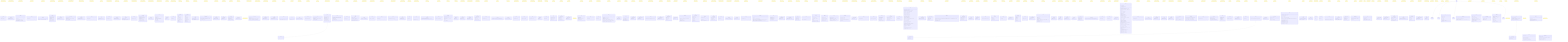
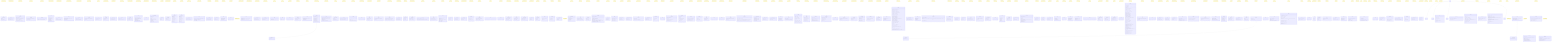
classDiagram
    class AppliedPresetTag {
        <<interface>>
        +name: string
        +orbitButton: ButtonToken
        +panButton: ButtonToken
    }
    note for AppliedPresetTag "src/render/cameraControls.ts"
    class ArchiveActions {
        <<interface>>
        +readonly canResume: boolean
        +readonly canReview: boolean
    }
    note for ArchiveActions "src/ui/widgets/archiveModel.ts"
    class ArchiveDeps {
        <<interface>>
        +readonly doc: Document
        +listArchive(): Promise~readonly ArchiveListing[]~
        +popScope(): void
        +pushScope(scope: ArchiveScope): void
        +registerOpenArchive(open: () =~ void): void
        +resumeArchived(id: string): Promise~void~
        +reviewArchived(id: string): Promise~void~
    }
    note for ArchiveDeps "src/ui/widgets/archive.ts"
    class ArchivedMeta {
        <<interface>>
        +readonly players: Readonly~Record~string, string~~
        +readonly result: string
        +readonly startedAt: number
    }
    note for ArchivedMeta "src/persist/archive.ts"
    class ArchiveInspect {
        <<interface>>
        +listArchive(): Promise~readonly ArchiveListing[]~
    }
    note for ArchiveInspect "src/debug/window.ts"
    class ArchiveItem {
        <<interface>>
        +readonly canResume: boolean
        +readonly canReview: boolean
        +readonly conflicted: boolean
        +readonly headHash: string
        +readonly id: string
        +readonly playersLabel: string
        +readonly result: string
        +readonly startedAt: number
    }
    note for ArchiveItem "src/ui/widgets/archiveModel.ts"
    class ArchiveListing {
        <<interface>>
        +readonly id: string
        +readonly meta: ArchiveListingMeta
    }
    note for ArchiveListing "src/ui/widgets/archiveModel.ts"
    class ArchiveListingMeta {
        <<interface>>
        +readonly headHash: string
        +readonly players: Readonly~Record~string, string~~
        +readonly result: string
        +readonly startedAt: number
    }
    note for ArchiveListingMeta "src/ui/widgets/archiveModel.ts"
    class ArchiveModel {
        <<interface>>
        +readonly isEmpty: boolean
        +readonly items: readonly ArchiveItem[]
    }
    note for ArchiveModel "src/ui/widgets/archiveModel.ts"
    class ArchiveScope {
        <<interface>>
        +readonly bindings: Readonly~Record~string, string~~
        +readonly blocking: true
        +readonly id: string
    }
    note for ArchiveScope "src/ui/widgets/archive.ts"
    class Axis {
        <<interface>>
        +readonly category: LineCategory
        +readonly vec: Coord
    }
    note for Axis "src/core/axes.ts"
    class BannerButton {
        <<interface>>
        +readonly commandId: string
        +readonly enabled: boolean
        +readonly label: string
    }
    note for BannerButton "src/ui/widgets/bannerModel.ts"
    class BannerContext {
        <<interface>>
        +readonly history: BannerHistory
        +readonly offTurnBlocks: number
    }
    note for BannerContext "src/ui/widgets/banner.ts"
    class BannerDeps {
        <<interface>>
        +readonly doc: Document
        +dispatch(commandId: string): boolean
    }
    note for BannerDeps "src/ui/widgets/banner.ts"
    class BannerHistory {
        <<interface>>
        +readonly canRedo: boolean
        +readonly canReset: boolean
        +readonly canUndo: boolean
    }
    note for BannerHistory "src/ui/widgets/bannerModel.ts"
    class BannerModel {
        <<interface>>
        +readonly blackCaptures: number
        +readonly blackCapturesLabel: string
        +readonly buttons: readonly BannerButton[]
        +readonly capturesSeparator: string
        +readonly player: Player
        +readonly status: 'turn' | 'winner'
        +readonly whiteCaptures: number
        +readonly whiteCapturesLabel: string
    }
    note for BannerModel "src/ui/widgets/bannerModel.ts"
    class BoardConfig {
        <<interface>>
        +readonly size: number
    }
    note for BoardConfig "src/ui/widgets/settingsModel.ts"
    class CameraPresetReadout {
        <<interface>>
        +maxDistance: number
        +minDistance: number
        +mouseButtons: Object
        +name: string
        +orbitButton: 'LEFT' | 'MIDDLE' | 'RIGHT'
        +panButton: 'LEFT' | 'MIDDLE' | 'RIGHT'
        +panSpeed: number
        +rotateSpeed: number
        +zoomSpeed: number
        +zoomToCursor: boolean
    }
    note for CameraPresetReadout "src/render/cameraControls.ts"
    class CameraReadout {
        <<interface>>
        +position: Object
        +target: Object
    }
    note for CameraReadout "src/render/scene.ts"
    class ColorFieldModel {
        <<interface>>
        +readonly key: string
        +readonly label: string
        +readonly value: string
    }
    note for ColorFieldModel "src/ui/widgets/settingsModel.ts"
    class ColorsPreview {
        <<interface>>
        +background: string
        +blackPiece: string
        +emptySphere: string
        +hoverHighlight: string
        +lineFaceDiagonal: string
        +lineOpacity: number
        +lineOrthogonal: string
        +lineSpaceDiagonal: string
        +tempPiece: string
        +whitePiece: string
        +winningLine: string
    }
    note for ColorsPreview "src/render/scene.ts"
    class ColorsReadout {
        <<interface>>
        +background: string
        +blackPiece: string
        +emptySphere: string
        +hoverHighlight: string
        +lineFaceDiagonal: string
        +lineOpacity: number
        +lineOrthogonal: string
        +lineSpaceDiagonal: string
        +tempPiece: string
        +whitePiece: string
        +winningLine: string
    }
    note for ColorsReadout "src/render/scene.ts"
    class Command {
        <<interface>>
        +readonly id: CommandId
        +run(ctx: CommandContext): void
    }
    note for Command "src/input/commands.ts"
    class CommandRegistry {
        <<interface>>
        +dispatch(id: CommandId, ctx: CommandContext): boolean
        +get(id: CommandId): Command | undefined
        +has(id: CommandId): boolean
        +ids(): CommandId[]
    }
    note for CommandRegistry "src/input/commands.ts"
    class ConfirmResult {
        <<interface>>
        +readonly commit: Coord | null
        +readonly next: TempPlacement
    }
    note for ConfirmResult "src/input/placement.ts"
    class ConflictedGame {
        <<interface>>
        +readonly mine: Game
        +readonly theirs: Game
    }
    note for ConflictedGame "src/persist/archive.ts"
    class ConflictedRecord {
        <<interface>>
        +readonly forks: Object
        +readonly size: number
    }
    note for ConflictedRecord "src/persist/archive.ts"
    class ConflictInput {
        <<interface>>
        +readonly meta: ArchivedMeta
        +readonly mineLog: EventLog
        +readonly size: number
        +readonly theirsLog: EventLog
    }
    note for ConflictInput "src/persist/archive.ts"
    class ConnectOptions {
        <<interface>>
        +readonly password: string
    }
    note for ConnectOptions "src/net/transport.ts"
    class ControlPreset {
        <<interface>>
        +readonly invertY: boolean
        +readonly maxDistance: number
        +readonly minDistance: number
        +readonly orbit: Gesture
        +readonly orbitSpeed: number
        +readonly pan: Gesture
        +readonly panSpeed: number
        +readonly zoom: Gesture
        +readonly zoomSpeed: number
        +readonly zoomToCursor: boolean
    }
    note for ControlPreset "src/render/cameraPresets.ts"
    class ControlsConfig {
        <<interface>>
        +readonly preset: string
        +readonly presets: Readonly~Record~string, ControlPreset~~
    }
    note for ControlsConfig "src/render/cameraPresets.ts"
    class ControlsConfig {
        <<interface>>
        +readonly preset: string
        +readonly presets: Readonly~Record~string, unknown~~
    }
    note for ControlsConfig "src/ui/widgets/settingsModel.ts"
    class DragGuardConfig {
        <<interface>>
        +readonly enabled: boolean
        +readonly thresholdPx: number
    }
    note for DragGuardConfig "src/input/pointerGesture.ts"
    class EditableProbe {
        <<interface>>
        +readonly isContentEditable: boolean
        +readonly tagName: string
    }
    note for EditableProbe "src/input/keybindings.ts"
    class Emitter {
        <<interface>>
        +emit(payload: T): void
        +subscribe(fn: (payload: T) =~ void): () =~ void
    }
    note for Emitter "src/util/emitter.ts"
    class Entry {
        <<interface>>
        +fn: (payload: T) =~ void
    }
    note for Entry "src/util/emitter.ts"
    class EventLog {
        <<interface>>
        +readonly entries: readonly LogEntry[]
    }
    note for EventLog "src/core/eventLog.ts"
    class GameExport {
        <<interface>>
        +readonly log: readonly Event[]
        +readonly settings: GameSettings
        +readonly size: number
    }
    note for GameExport "src/core/serialize.ts"
    class GameMeta {
        <<interface>>
        +readonly headHash: string
        +readonly players: Readonly~Record~string, string~~
        +readonly result: string
        +readonly startedAt: number
    }
    note for GameMeta "src/persist/db.ts"
    class GameRecord {
        <<interface>>
        +readonly id: string
        +readonly log: readonly Readonly~Record~string, unknown~~[]
        +readonly meta: GameMeta
    }
    note for GameRecord "src/persist/db.ts"
    class GameState {
        <<interface>>
        +readonly captures: Readonly~Record~Player, number~~
        +readonly pieces: Readonly~Record~NodeKey, Player~~
        +readonly size: number
        +readonly turn: Player
        +readonly winner: Player | null
        +readonly winningLine: readonly NodeKey[]
    }
    note for GameState "src/core/gameState.ts"
    class GenerateLineResult {
        <<interface>>
        +readonly line: Line
        +readonly ok: boolean
        +readonly warning: string
    }
    note for GenerateLineResult "src/core/lines.ts"
+     class HandshakeState {
+         <<interface>>
+         +readonly pending: PendingProposal | null
+         +readonly resolution: Resolution | null
+     }
+     note for HandshakeState "src/net/handshake.ts"
    class HelpDeps {
        <<interface>>
        +readonly doc: Document
        +getHelpSources(): HelpSources
        +popScope(): void
        +pushScope(scope: HelpScope): void
        +registerOpenHelp(open: () =~ void): void
    }
    note for HelpDeps "src/ui/widgets/help.ts"
    class HelpModel {
        <<interface>>
        +readonly rows: readonly HelpRow[]
    }
    note for HelpModel "src/ui/widgets/helpModel.ts"
    class HelpRow {
        <<interface>>
        +readonly commandId: string
        +readonly keys: readonly string[]
        +readonly label: string
    }
    note for HelpRow "src/ui/widgets/helpModel.ts"
    class HelpScope {
        <<interface>>
        +readonly bindings: Readonly~Record~string, string~~
        +readonly blocking: true
        +readonly id: string
    }
    note for HelpScope "src/ui/widgets/help.ts"
    class HelpSources {
        <<interface>>
        +readonly bindings: Readonly~Record~string, string~~
        +readonly commandIds: readonly string[]
        +readonly labels: Readonly~Record~string, string~~
    }
    note for HelpSources "src/ui/widgets/helpModel.ts"
    class HistoryFacts {
        <<interface>>
        +readonly maxPly: number
        +readonly viewedPly: number
    }
    note for HistoryFacts "src/ui/widgets/sliderModel.ts"
    class HistoryReadout {
        <<interface>>
        +maxPly: number
        +scrubbing: boolean
        +viewedPly: number
    }
    note for HistoryReadout "src/render/scene.ts"
    class HistorySliderDeps {
        <<interface>>
        +readonly doc: Document
        +getHistory(): HistoryFacts
        +scrubTo(k: number): void
    }
    note for HistorySliderDeps "src/ui/widgets/historySlider.ts"
    class HoverLookup {
        <<interface>>
        +readonly byId: ReadonlyMap~LineId, LineRef~
        +readonly linesThrough: ReadonlyMap~NodeKey, readonly LineRef[]~
    }
    note for HoverLookup "src/render/hover.ts"
    class HoverTarget {
        <<interface>>
        +readonly lines: readonly LineId[]
        +readonly nodes: readonly NodeKey[]
        +readonly pieces: readonly NodeKey[]
    }
    note for HoverTarget "src/render/hover.ts"
    class InputHandle {
        <<interface>>
        +readonly registry: CommandRegistry
        +dispatch(id: string): boolean
        +dispose(): void
        +handleChord(chord: string): KeyResolution
        +pop(): void
        +push(scope: Scope): void
        +readout(): InputReadout
        +stack(): ScopeStack
    }
    note for InputHandle "src/input/setup.ts"
    class InputReadout {
        <<interface>>
        +commands: string[]
        +scopes: string[]
    }
    note for InputReadout "src/input/setup.ts"
    class InstanceRange {
        <<interface>>
        +readonly count: number
        +readonly start: number
    }
    note for InstanceRange "src/render/linesLayout.ts"
    class KeybindingRow {
        <<interface>>
        +readonly commandId: string
        +readonly key: string
    }
    note for KeybindingRow "src/ui/widgets/settingsModel.ts"
    class KeyChordEvent {
        <<interface>>
        +readonly altKey: boolean
        +readonly ctrlKey: boolean
        +readonly key: string
        +readonly metaKey: boolean
        +readonly shiftKey: boolean
    }
    note for KeyChordEvent "src/input/keybindings.ts"
    class KeyResolution {
        <<interface>>
        +readonly commandId: CommandId | null
        +readonly handled: boolean
        +readonly scopeId: string | null
    }
    note for KeyResolution "src/input/scopes.ts"
    class LayoutConfig {
        <<interface>>
        +readonly widgets: Readonly~Record~string, WidgetPlacement~~
    }
    note for LayoutConfig "src/ui/layout.ts"
    class LayoutReadout {
        <<interface>>
        +zones: Record~string, string[]~
    }
    note for LayoutReadout "src/ui/container.ts"
    class LifecycleObservation {
        <<interface>>
        +readonly generation: number
        +readonly hasWinner: boolean
        +readonly ply: number
    }
    note for LifecycleObservation "src/persist/gameLifecycle.ts"
    class LifecycleState {
        <<interface>>
        +readonly finalized: boolean
        +readonly generation: number
        +readonly ply: number
    }
    note for LifecycleState "src/persist/gameLifecycle.ts"
    class LifecycleTransition {
        <<interface>>
        +readonly finalizeCurrent: boolean
        +readonly mintFresh: boolean
        +readonly next: LifecycleState
    }
    note for LifecycleTransition "src/persist/gameLifecycle.ts"
    class LightingConfig {
        <<interface>>
        +ambient: Object
        +directional: Object
    }
    note for LightingConfig "src/render/sceneConfig.ts"
    class LightingReadout {
        <<interface>>
        +ambient: Object
        +background: number
        +directional: Object
    }
    note for LightingReadout "src/render/scene.ts"
    class Line {
        <<interface>>
        +readonly axisIndex: number
        +readonly category: LineCategory
        +readonly entryNode: Coord
        +readonly id: LineId
        +readonly nodes: Coord[]
    }
    note for Line "src/core/lines.ts"
    class LineColorsConfig {
        <<interface>>
        +hoverHighlight: string
        +lineFaceDiagonal: string
        +lineOpacity: number
        +lineOrthogonal: string
        +lineSpaceDiagonal: string
    }
    note for LineColorsConfig "src/render/lines.ts"
    class LineGeometryConfig {
        <<interface>>
        +lineThickness: number
        +spacing: number
    }
    note for LineGeometryConfig "src/render/lines.ts"
    class LineGroup {
        <<interface>>
        +readonly lines: readonly Line[]
        +readonly rangeOf: ReadonlyMap~LineId, InstanceRange~
        +readonly segmentCount: number
        +readonly segments: readonly LineSegment[]
    }
    note for LineGroup "src/render/linesLayout.ts"
    class LineGroupReadout {
        <<interface>>
        +blending: BlendMode
        +category: LineCategory
        +highlightedSegmentCount: number
        +lineCount: number
        +segmentCount: number
        +visible: boolean
    }
    note for LineGroupReadout "src/render/lines.ts"
    class LineRef {
        <<interface>>
        +readonly category: LineCategory
        +readonly id: LineId
        +readonly nodeKeys: readonly NodeKey[]
    }
    note for LineRef "src/render/hover.ts"
    class LineSegment {
        <<interface>>
        +readonly a: Coord
        +readonly b: Coord
        +readonly lineId: LineId
    }
    note for LineSegment "src/render/linesLayout.ts"
    class LinesHandle {
        <<interface>>
        +readonly object: THREE.Group
        +dispose(): void
        +getVisibleLines(): LineGroupReadout[]
        +highlight(lineIds: readonly LineId[]): void
        +pickables(): Object[]
        +rangeOf(category: LineCategory, lineId: LineId): Object | null
        +setBaseColor(category: LineCategory, hex: string): string
        +setBlending(category: LineCategory, mode: BlendMode): BlendMode
        +setOpacity(opacity: number): number
        +setVisible(category: LineCategory, visible: boolean): void
    }
    note for LinesHandle "src/render/lines.ts"
    class LogEntry {
        <<interface>>
        +readonly event: Event
        +readonly hash: string
    }
    note for LogEntry "src/core/eventLog.ts"
    class Logger {
        <<interface>>
        +debug(args: unknown[]): void
        +error(args: unknown[]): void
        +info(args: unknown[]): void
        +trace(args: unknown[]): void
        +warn(args: unknown[]): void
    }
    note for Logger "src/debug/log.ts"
    class MarkerColorsConfig {
        <<interface>>
        +emptySphere: string
        +hoverHighlight: string
    }
    note for MarkerColorsConfig "src/render/markers.ts"
    class MarkerGeometryConfig {
        <<interface>>
        +markerRadius: number
        +sphereSegments: Object
    }
    note for MarkerGeometryConfig "src/render/markers.ts"
    class MarkerIndex {
        <<interface>>
        +readonly count: number
        +readonly instanceIdOf: ReadonlyMap~NodeKey, number~
        +readonly nodeOfInstance: readonly NodeKey[]
    }
    note for MarkerIndex "src/render/markersLayout.ts"
    class MarkerMaterialsConfig {
        <<interface>>
        +markerDepthWrite: boolean
        +markerOpacity: number
    }
    note for MarkerMaterialsConfig "src/render/markers.ts"
    class MarkerNodeReadout {
        <<interface>>
        +highlighted: boolean
        +instanceColorHex: string
        +instanceId: number
        +node: NodeKey
        +visible: boolean
    }
    note for MarkerNodeReadout "src/render/markers.ts"
    class MarkerRenderingConfig {
        <<interface>>
        +marker: Object
    }
    note for MarkerRenderingConfig "src/render/markers.ts"
    class MarkersHandle {
        <<interface>>
        +readonly object: THREE.Group
        +dispose(): void
        +getMarkers(query: readonly NodeKey[]): MarkersReadout
        +highlight(nodes: readonly NodeKey[]): void
        +setColor(hex: string): string
        +setMaterial(params: Object): void
        +sync(state: GameState): void
    }
    note for MarkersHandle "src/render/markers.ts"
    class MarkersReadout {
        <<interface>>
        +baseColorHex: string
        +count: number
        +highlightedCount: number
        +materialEmissiveIntensity: number
        +metalness: number
        +nodes: MarkerNodeReadout[]
        +opacity: number
        +roughness: number
        +visibleCount: number
    }
    note for MarkersReadout "src/render/markers.ts"
    class MenuDeps {
        <<interface>>
        +readonly doc: Document
        +readonly entries: readonly MenuEntrySpec[]
        +dispatch(commandId: string): boolean
        +popScope(): void
        +pushScope(scope: MenuScope): void
    }
    note for MenuDeps "src/ui/widgets/menu.ts"
    class MenuEntrySpec {
        <<interface>>
        +readonly commandId: string
        +readonly id: string
        +readonly label: string
        +readonly order: number
        +readonly visible: boolean
    }
    note for MenuEntrySpec "src/ui/widgets/menuModel.ts"
    class MenuItem {
        <<interface>>
        +readonly commandId: string
        +readonly id: string
        +readonly label: string
    }
    note for MenuItem "src/ui/widgets/menuModel.ts"
    class MenuModel {
        <<interface>>
        +readonly items: readonly MenuItem[]
    }
    note for MenuModel "src/ui/widgets/menuModel.ts"
    class MenuOpenState {
        <<interface>>
        +readonly open: boolean
    }
    note for MenuOpenState "src/ui/widgets/menuModel.ts"
    class MenuScope {
        <<interface>>
        +readonly bindings: Readonly~Record~string, string~~
        +readonly blocking: boolean
        +readonly id: string
    }
    note for MenuScope "src/ui/widgets/menu.ts"
    class MqttClientLike {
        <<interface>>
        +end(): this
        +on(event: 'connect', cb: () =~ void): this
        +on(event: 'error', cb: (err: Error) =~ void): this
        +on(event: 'message', cb: (topic: string, payload: Uint8Array, packet: Object) =~ void): this
        +on(event: string, cb: (...args: never[]) =~ void): this
        +publish(topic: string, payload: string, opts: MqttPublishOptions, cb: () =~ void): this
        +subscribe(topics: string[], cb: (err: Error | null) =~ void): this
    }
    note for MqttClientLike "src/net/mqttTransport.ts"
    class MqttConnectOptions {
        <<interface>>
        +readonly clientId: string
        +readonly connectTimeout: number
        +readonly password: string
        +readonly reconnectPeriod: number
        +readonly username: string
        +readonly will: MqttWill
    }
    note for MqttConnectOptions "src/net/mqttTransport.ts"
    class MqttPublishOptions {
        <<interface>>
        +readonly qos: 0 | 1 | 2
        +readonly retain: boolean
    }
    note for MqttPublishOptions "src/net/mqttTransport.ts"
    class MqttTransportDeps {
        <<interface>>
        +readonly connect: MqttConnectFn
        +readonly peerId: string
    }
    note for MqttTransportDeps "src/net/mqttTransport.ts"
    class MqttWill {
        <<interface>>
        +readonly payload: string
        +readonly qos: 0 | 1 | 2
        +readonly retain: boolean
        +readonly topic: string
    }
    note for MqttWill "src/net/mqttTransport.ts"
    class NetDeps {
        <<interface>>
        +readonly doc: Document
        +copyToClipboard(text: string): Promise~void~
        +getNet(): NetSessionState
    }
    note for NetDeps "src/ui/widgets/net.ts"
    class NetHooks {
        <<interface>>
        +canPlace(): boolean
+         +getHandshake(): HandshakeState
        +getNet(): NetSessionState
        +getNetGameState(): GameState | null
        +getNetHeadHash(): string | null
        +host(): void
        +join(): void
+         +leaveNet(): void
        +place(coords: Coord): GameState
+         +propose(action: string): boolean
+         +respond(accepted: boolean): boolean
        +resync(): void
        +setPendingJoinCode(code: string): void
    }
    note for NetHooks "src/render/scene.ts"
    class NetModel {
        <<interface>>
        +readonly code: string | null
        +readonly conflict: boolean
        +readonly conflictText: string | null
        +readonly joinErrorText: string | null
        +readonly panel: NetPanel
        +readonly seatText: string | null
        +readonly statusText: string
    }
    note for NetModel "src/ui/widgets/netModel.ts"
    class NetPanelDeps {
        <<interface>>
        +readonly doc: Document
        +dispatch(commandId: string): boolean
        +popScope(): void
        +pushScope(scope: NetPanelScope): void
        +registerOpenNetwork(open: () =~ void): void
        +setPendingJoinCode(code: string): void
    }
    note for NetPanelDeps "src/ui/widgets/netPanel.ts"
    class NetPanelModel {
        <<interface>>
        +readonly canonicalCode: string | null
        +readonly codeError: string | null
        +readonly codeValid: boolean
        +readonly effectiveCode: string
        +readonly placeholder: string
        +readonly recentRows: readonly NetPanelRecentRow[]
        +readonly text: string
    }
    note for NetPanelModel "src/ui/widgets/netPanelModel.ts"
    class NetPanelRecentRow {
        <<interface>>
        +readonly code: string
    }
    note for NetPanelRecentRow "src/ui/widgets/netPanelModel.ts"
    class NetPanelScope {
        <<interface>>
        +readonly bindings: Readonly~Record~string, string~~
        +readonly blocking: boolean
        +readonly id: string
    }
    note for NetPanelScope "src/ui/widgets/netPanel.ts"
    class NetPanelState {
        <<interface>>
        +readonly placeholder: string
        +readonly recent: readonly string[]
        +readonly text: string
    }
    note for NetPanelState "src/ui/widgets/netPanelModel.ts"
    class NetSessionDeps {
        <<interface>>
        +now: () =~ number
        +rand: () =~ number
        +readonly db: IDBDatabase
        +readonly playerId: string
        +readonly size: number
        +createTransport(): Transport
    }
    note for NetSessionDeps "src/net/session.ts"
    class NetSessionState {
        <<interface>>
        +readonly code: string | null
        +readonly joinError: JoinErrorReason | null
        +readonly peerPresent: boolean
        +readonly phase: NetPhase
        +readonly seat: NetSeat
    }
    note for NetSessionState "src/ui/widgets/netModel.ts"
    class OpacityFieldModel {
        <<interface>>
        +readonly key: string
        +readonly label: string
        +readonly value: number
    }
    note for OpacityFieldModel "src/ui/widgets/settingsModel.ts"
+     class PendingProposal {
+         <<interface>>
+         +readonly action: string
+         +readonly direction: ProposalDirection
+         +readonly id: string
+         +readonly proposedBy: Player
+     }
+     note for PendingProposal "src/net/handshake.ts"
    class PenteInspect {
        <<interface>>
        +applyConfig(section: ConfigSection): void
        +clickAt(ndcX: number, ndcY: number): GameState | null
        +dispatch(id: string): boolean | null
        +getArchive(): Promise~readonly ArchiveListing[]~
        +getBannerContext(): BannerContext | null
        +getCamera(): CameraReadout | null
        +getCameraPreset(): CameraPresetReadout | null
        +getColors(): ColorsReadout | null
+         +getHandshake(): HandshakeState
        +getHeadHash(): string | null
        +getHelpSources(): HelpSources | null
        +getHistory(): HistoryReadout | null
        +getHoverTarget(): HoverTarget | null
        +getInput(): InputReadout | null
        +getInteraction(): DragGuardConfig | null
        +getLayout(): LayoutReadout | null
        +getLighting(): LightingReadout | null
        +getMarkers(query: readonly string[]): MarkersReadout | null
        +getNet(): NetSessionState | null
        +getPieces(): PieceReadout[] | null
        +getState(): GameState | null
        +getTemp(): TempReadout | null
        +getTurnGate(): TurnGateReadout | null
        +getViewportSize(): ViewportReadout | null
        +getVisibleLines(): LineGroupReadout[] | null
        +getWinLine(): WinLineReadout | null
        +hoverAt(ndcX: number, ndcY: number): HoverTarget | null
+         +leaveNet(): void
        +pickAt(ndcX: number, ndcY: number): RaycastHit | null
        +place(coords: Coord): GameState | null
        +pressKey(chord: string): KeyResolution | null
+         +propose(action: string): boolean
        +radiusOf(node: Coord): number | null
        +rayNodeDistances(ndcX: number, ndcY: number): Object[]
+         +respond(accepted: boolean): boolean
        +resync(): void
        +scrubTo(k: number): void
        +setCamera(position: Object, target: Object): void
        +setConfig(section: ConfigSection, partial: Record~string, unknown~): void
        +setPendingJoinCode(code: string): void
    }
    note for PenteInspect "src/debug/window.ts"
    class PickableLineMesh {
        <<interface>>
        +readonly category: LineCategory
        +readonly mesh: THREE.Object3D
    }
    note for PickableLineMesh "src/render/picking.ts"
    class PickGeometryConfig {
        <<interface>>
        +markerRadius: number
        +pickPadding: number
        +pieceRadius: number
        +spacing: number
    }
    note for PickGeometryConfig "src/render/picking.ts"
    class PickingHandle {
        <<interface>>
        +readonly object: THREE.Group
        +dispose(): void
        +pickAt(ndcX: number, ndcY: number, camera: THREE.Camera, state: GameState, lineMeshes: readonly PickableLineMesh[]): RaycastHit | null
        +radiusOf(node: Coord): number | null
        +sync(state: GameState): void
        +worldOf(node: Coord): Object
    }
    note for PickingHandle "src/render/picking.ts"
    class PickRadiusInput {
        <<interface>>
        +readonly markerRadius: number
        +readonly occupied: boolean
        +readonly padding: number
        +readonly pieceRadius: number
        +readonly spacing: number
    }
    note for PickRadiusInput "src/render/pickRadius.ts"
    class PieceAdd {
        <<interface>>
        +readonly node: NodeKey
        +readonly owner: Player
    }
    note for PieceAdd "src/render/piecesDiff.ts"
    class PieceColorsConfig {
        <<interface>>
        +blackPiece: string
        +whitePiece: string
    }
    note for PieceColorsConfig "src/render/pieces.ts"
    class PieceDiff {
        <<interface>>
        +readonly adds: readonly PieceAdd[]
        +readonly recolors: readonly PieceRecolor[]
        +readonly removes: readonly NodeKey[]
    }
    note for PieceDiff "src/render/piecesDiff.ts"
    class PieceEntry {
        <<interface>>
        +fadeDir: -1 | 0 | 1
        +material: THREE.MeshStandardMaterial
        +mesh: THREE.Mesh
        +owner: Player
        +targetOpacity: number
    }
    note for PieceEntry "src/render/pieces.ts"
    class PieceGeometryConfig {
        <<interface>>
        +pieceRadius: number
        +spacing: number
        +sphereSegments: Object
    }
    note for PieceGeometryConfig "src/render/pieces.ts"
    class PieceMaterialsConfig {
        <<interface>>
        +pieceOpacity: number
    }
    note for PieceMaterialsConfig "src/render/pieces.ts"
    class PieceReadout {
        <<interface>>
        +emissiveIntensity: number
        +fadingOut: boolean
        +metalness: number
        +node: NodeKey
        +opacity: number
        +owner: Player
        +position: Object
        +roughness: number
    }
    note for PieceReadout "src/render/pieces.ts"
    class PieceRecolor {
        <<interface>>
        +readonly from: Player
        +readonly node: NodeKey
        +readonly to: Player
    }
    note for PieceRecolor "src/render/piecesDiff.ts"
    class PieceRenderingConfig {
        <<interface>>
        +piece: Object
        +pieceFadeMs: number
    }
    note for PieceRenderingConfig "src/render/pieces.ts"
    class PiecesHandle {
        <<interface>>
        +readonly object: THREE.Group
        +count(): number
        +dispose(): void
        +getColors(): Object
        +getPieces(): PieceReadout[]
        +highlight(nodes: readonly NodeKey[], color: string, boost: number): void
        +setColors(next: Object): Object
        +setMaterial(params: Object): void
        +sync(state: GameState): void
        +tick(deltaMs: number): void
    }
    note for PiecesHandle "src/render/pieces.ts"
    class PlaceEvent {
        <<interface>>
        +readonly node: NodeKey
        +readonly type: 'place'
    }
    note for PlaceEvent "src/core/eventLog.ts"
    class PointerPos {
        <<interface>>
        +readonly x: number
        +readonly y: number
    }
    note for PointerPos "src/input/pointerGesture.ts"
    class PresenceSignal {
        <<interface>>
        +readonly kind: PresenceKind
        +readonly peerId: string
    }
    note for PresenceSignal "src/net/presence.ts"
+     class ProposalMessage {
+         <<interface>>
+         +readonly action: string
+         +readonly id: string
+         +readonly kind: 'proposal'
+         +readonly proposedBy: Player
+     }
+     note for ProposalMessage "src/net/sync.ts"
    class RedoEvent {
        <<interface>>
        +readonly type: 'redo'
    }
    note for RedoEvent "src/core/eventLog.ts"
    class RelayConfig {
        <<interface>>
        +readonly password: string
        +readonly topicRoot: string
        +readonly username: string
        +readonly wssUrl: string
    }
    note for RelayConfig "src/config/config.ts"
+     class Resolution {
+         <<interface>>
+         +readonly action: string
+         +readonly direction: ProposalDirection
+         +readonly id: string
+         +readonly outcome: ResolutionOutcome
+     }
+     note for Resolution "src/net/handshake.ts"
    class ResolvedCameraPreset {
        <<interface>>
        +readonly name: string
    }
    note for ResolvedCameraPreset "src/render/cameraPresets.ts"
    class ResolvedLayout {
        <<interface>>
        +readonly zones: Readonly~Record~string, readonly ResolvedWidget[]~~
    }
    note for ResolvedLayout "src/ui/layout.ts"
    class ResolvedLineGroup {
        <<interface>>
        +readonly blending: BlendMode
        +readonly visible: boolean
    }
    note for ResolvedLineGroup "src/render/linesLayout.ts"
    class ResolvedSceneConfig {
        <<interface>>
        +ambient: Object
        +background: number
        +directional: Object
    }
    note for ResolvedSceneConfig "src/render/sceneConfig.ts"
    class ResolvedWidget {
        <<interface>>
        +readonly id: string
        +readonly offset: Object
        +readonly order: number
    }
    note for ResolvedWidget "src/ui/layout.ts"
+     class ResponseMessage {
+         <<interface>>
+         +readonly accepted: boolean
+         +readonly kind: 'response'
+         +readonly proposalId: string
+     }
+     note for ResponseMessage "src/net/sync.ts"
    class SceneColorsConfig {
        <<interface>>
        +background: string
    }
    note for SceneColorsConfig "src/render/sceneConfig.ts"
    class SceneHandle {
        <<interface>>
        +camera: THREE.PerspectiveCamera
        +controls: OrbitControls
        +renderer: THREE.WebGLRenderer
        +scene: THREE.Scene
        +adoptNetState(): void
        +applyColors(preview: ColorsPreview): ColorsReadout
        +applyConfig(section: ConfigSection): void
        +clickAt(ndcX: number, ndcY: number): GameState | null
        +dispatch(id: string): boolean
        +dispose(): void
        +getBannerContext(): BannerContext
        +getCamera(): CameraReadout
        +getCameraPreset(): CameraPresetReadout
        +getColors(): ColorsReadout
        +getGame(): Game
+         +getHandshake(): HandshakeState
        +getHeadHash(): string
        +getHelpSources(): HelpSources
        +getHistory(): HistoryReadout
        +getHoverTarget(): HoverTarget | null
        +getInput(): InputReadout
        +getInteraction(): DragGuardConfig
        +getLighting(): LightingReadout
        +getMarkers(query: readonly string[]): MarkersReadout
        +getNet(): NetSessionState
        +getPieces(): PieceReadout[]
        +getState(): GameState
        +getTemp(): TempReadout
        +getTurnGate(): TurnGateReadout
        +getViewportSize(): ViewportReadout
        +getVisibleLines(): LineGroupReadout[]
        +getWinLine(): WinLineReadout
        +hoverAt(ndcX: number, ndcY: number): HoverTarget | null
+         +leaveNet(): void
        +loadGame(loaded: Game): void
        +onNewGame(listener: () =~ void): () =~ void
        +onStateChange(listener: () =~ void): () =~ void
        +pickAt(ndcX: number, ndcY: number): RaycastHit | null
        +pickRadiusOf(node: Coord): number | null
        +place(coords: Coord): GameState
        +popScope(): void
        +pressKey(chord: string): KeyResolution
+         +propose(action: string): boolean
        +pushScope(scope: Scope): void
        +rayNodeDistances(ndcX: number, ndcY: number): Object[]
+         +respond(accepted: boolean): boolean
        +resync(): void
        +scrubTo(k: number): void
        +setCamera(position: Object, target: Object): void
        +setNetHooks(hooks: NetHooks): void
        +setOpenArchive(open: () =~ void): void
        +setOpenHelp(open: () =~ void): void
        +setOpenNetwork(open: () =~ void): void
        +setOpenSettings(open: () =~ void): void
        +setPendingJoinCode(code: string): void
    }
    note for SceneHandle "src/render/scene.ts"
    class Scope {
        <<interface>>
        +readonly bindings: Readonly~Record~string, CommandId~~
        +readonly blocking: boolean
        +readonly id: string
    }
    note for Scope "src/input/scopes.ts"
    class ScopeStack {
        <<interface>>
        +readonly scopes: readonly Scope[]
    }
    note for ScopeStack "src/input/scopes.ts"
    class ScrubResolution {
        <<interface>>
        +readonly atLive: boolean
        +readonly viewedPly: number
    }
    note for ScrubResolution "src/ui/widgets/sliderModel.ts"
    class SeatMap {
        <<interface>>
        +readonly black: string | null
        +readonly white: string | null
    }
    note for SeatMap "src/net/seats.ts"
    class SelectOption {
        <<interface>>
        +readonly selected: boolean
        +readonly value: T
    }
    note for SelectOption "src/ui/widgets/settingsModel.ts"
    class SettingsDeps {
        <<interface>>
        +readonly doc: Document
        +popScope(): void
        +pushScope(scope: SettingsScope): void
        +registerOpener(open: () =~ void): void
    }
    note for SettingsDeps "src/ui/widgets/settings.ts"
    class SettingsModel {
        <<interface>>
        +readonly boardSizeOptions: readonly SelectOption~number~[]
        +readonly colorFields: readonly ColorFieldModel[]
        +readonly keybindingRows: readonly KeybindingRow[]
        +readonly opacityField: OpacityFieldModel
        +readonly presetOptions: readonly SelectOption~string~[]
    }
    note for SettingsModel "src/ui/widgets/settingsModel.ts"
    class SettingsScope {
        <<interface>>
        +readonly bindings: Readonly~Record~string, string~~
        +readonly blocking: boolean
        +readonly id: string
    }
    note for SettingsScope "src/ui/widgets/settings.ts"
    class SettingsSources {
        <<interface>>
        +readonly board: BoardConfig
        +readonly colors: ColorsConfig
        +readonly controls: ControlsConfig
        +readonly keybindings: KeybindingsConfig
    }
    note for SettingsSources "src/ui/widgets/settingsModel.ts"
    class SliderModel {
        <<interface>>
        +readonly atLive: boolean
        +readonly enabled: boolean
        +readonly label: string
        +readonly max: number
        +readonly min: number
        +readonly value: number
    }
    note for SliderModel "src/ui/widgets/sliderModel.ts"
    class SyncMessage {
        <<interface>>
        +readonly headHash: string
        +readonly log: readonly Event[]
        +readonly version: number
    }
    note for SyncMessage "src/net/sync.ts"
    class TempPlacement {
        <<interface>>
        +readonly active: boolean
        +readonly preview: NodeKey | null
    }
    note for TempPlacement "src/input/placement.ts"
    class TempReadout {
        <<interface>>
        +active: boolean
        +preview: string | null
        +previewOpacity: number
    }
    note for TempReadout "src/render/scene.ts"
    class Transport {
        <<interface>>
        +connect(roomCode: string, opts: ConnectOptions): Promise~void~
        +disconnect(): void
        +onMessage(cb: MessageHandler): void
        +onPresence(cb: PresenceHandler): void
        +publish(msg: TransportMessage): void
    }
    note for Transport "src/net/transport.ts"
    class TurnGateReadout {
        <<interface>>
        +offTurnBlocks: number
    }
    note for TurnGateReadout "src/render/scene.ts"
    class UiContainerHandle {
        <<interface>>
        +readonly root: HTMLElement
        +dispose(): void
        +getLayout(): LayoutReadout
        +update(state: unknown, config: unknown): void
    }
    note for UiContainerHandle "src/ui/container.ts"
    class UiDeps {
        <<interface>>
        +copyToClipboard(text: string): Promise~void~
        +dispatch(commandId: string): boolean
        +getHelpSources(): HelpSources
        +getHistory(): HistoryFacts
        +getNet(): NetSessionState
        +listArchive(): Promise~readonly ArchiveListing[]~
        +popScope(): void
        +pushScope(scope: MenuScope | SettingsScope | HelpScope | ArchiveScope | NetPanelScope): void
        +registerOpenArchive(open: () =~ void): void
        +registerOpenHelp(open: () =~ void): void
        +registerOpenNetwork(open: () =~ void): void
        +registerOpener(open: () =~ void): void
        +resumeArchived(id: string): Promise~void~
        +reviewArchived(id: string): Promise~void~
        +scrubTo(k: number): void
        +setPendingJoinCode(code: string): void
    }
    note for UiDeps "src/ui/setup.ts"
    class UiHandle {
        <<interface>>
        +readonly container: UiContainerHandle
        +getLayout(): LayoutReadout
    }
    note for UiHandle "src/ui/setup.ts"
    class UndoEvent {
        <<interface>>
        +readonly type: 'undo'
    }
    note for UndoEvent "src/core/eventLog.ts"
    class Vec3 {
        <<interface>>
        +x: number
        +y: number
        +z: number
    }
    note for Vec3 "src/render/sceneConfig.ts"
    class ViewportReadout {
        <<interface>>
        +aspect: number
        +height: number
        +width: number
    }
    note for ViewportReadout "src/render/scene.ts"
    class Widget {
        <<interface>>
        +readonly element: HTMLElement
        +dispose(): void
        +update(state: unknown, config: unknown): void
    }
    note for Widget "src/ui/registry.ts"
    class WidgetFactory {
        <<interface>>
        +readonly id: WidgetId
        +mount(deps: unknown): Widget
    }
    note for WidgetFactory "src/ui/registry.ts"
    class WidgetPlacement {
        <<interface>>
        +readonly offset: Object
        +readonly order: number
        +readonly visible: boolean
        +readonly zone: string
    }
    note for WidgetPlacement "src/ui/layout.ts"
    class WidgetRegistry {
        <<interface>>
        +get(id: WidgetId): WidgetFactory | undefined
        +has(id: WidgetId): boolean
        +ids(): WidgetId[]
        +knownIds(): Set~WidgetId~
    }
    note for WidgetRegistry "src/ui/registry.ts"
    class Window {
        <<interface>>
        +__pente: PenteInspect
    }
    note for Window "src/debug/window.ts"
    class Window {
        <<interface>>
        +__penteRematchPrompt: () =~ boolean
    }
    note for Window "src/main.ts"
    class Window {
        <<interface>>
        +__penteNetTransportFactory: () =~ Transport
    }
    note for Window "src/net/appSession.ts"
    class Window {
        <<interface>>
        +__penteDbName: string
    }
    note for Window "src/persist/db.ts"
    class WinLineColorsConfig {
        <<interface>>
        +winningLine: string
    }
    note for WinLineColorsConfig "src/render/winLine.ts"
    class WinLineGeometryConfig {
        <<interface>>
        +lineThickness: number
        +spacing: number
    }
    note for WinLineGeometryConfig "src/render/winLine.ts"
    class WinLineHandle {
        <<interface>>
        +readonly object: THREE.Group
        +dispose(): void
        +getWinLine(): WinLineReadout
        +setColor(hex: string): number
        +sync(state: GameState): void
    }
    note for WinLineHandle "src/render/winLine.ts"
    class WinLinePlan {
        <<interface>>
        +readonly nodes: readonly Coord[]
        +readonly segments: readonly WinSegment[]
    }
    note for WinLinePlan "src/render/winLineLayout.ts"
    class WinLineReadout {
        <<interface>>
        +color: number
        +nodes: string[]
        +opacity: number
        +segmentCount: number
        +visible: boolean
    }
    note for WinLineReadout "src/render/winLine.ts"
    class WinLineRenderingConfig {
        <<interface>>
        +winLineOpacity: number
        +winLineThickness: number
    }
    note for WinLineRenderingConfig "src/render/winLine.ts"
    class WinSegment {
        <<interface>>
        +readonly a: Coord
        +readonly b: Coord
    }
    note for WinSegment "src/render/winLineLayout.ts"
    class ArchiveError {
    }
    note for ArchiveError "src/persist/archive.ts"
    class ExportError {
    }
    note for ExportError "src/core/serialize.ts"
    class Game {
        +canRedo(): boolean
        +canUndo(): boolean
        +get log(): EventLog
        +place(coords: Coord): void
        +ply(): number
        +redo(): void
        +state(): GameState
        +stateAt(k: number): GameState
        +static fromLog(size: number, log: EventLog): Game
        +undo(): void
    }
    note for Game "src/core/game.ts"
    class IllegalMove {
    }
    note for IllegalMove "src/core/gameState.ts"
    class MockRelayHub {
        +join(room: string, peer: MockTransport): void
        +leave(room: string, peer: MockTransport): void
        +peerIds(room: string): string[]
        +publish(room: string, sender: MockTransport, msg: TransportMessage): void
    }
    note for MockRelayHub "src/net/transport.ts"
    class MockTransport {
        +readonly peerId: string
        +connect(roomCode: string, _opts: ConnectOptions): Promise~void~
        +deliver(msg: TransportMessage): void
        +disconnect(): void
        +onMessage(cb: MessageHandler): void
        +onPresence(cb: PresenceHandler): void
        +presenceChanged(peers: readonly string[]): void
        +publish(msg: TransportMessage): void
    }
    note for MockTransport "src/net/transport.ts"
    class MqttTransport {
        +readonly peerId: string
        +connect(roomCode: string, _opts: ConnectOptions): Promise~void~
        +disconnect(): void
        +onMessage(cb: MessageHandler): void
        +onPresence(cb: PresenceHandler): void
        +publish(msg: TransportMessage): void
    }
    note for MqttTransport "src/net/mqttTransport.ts"
    class NetSession {
        +canPlace(): boolean
        +disconnect(): void
        +gameState(): GameState | null
+         +getHandshake(): HandshakeState
        +host(rawCode: string): Promise~void~
        +join(rawCode: string): Promise~boolean~
        +onChange(listener: NetChangeListener): () =~ void
+         +onHandshakeChange(listener: HandshakeChangeListener): () =~ void
        +place(coords: Coord): void
+         +propose(action: string): boolean
+         +respond(accepted: boolean): boolean
        +state(): NetSessionState
        +syncEngine(): SyncEngine | null
        +undo(): void
    }
    note for NetSession "src/net/session.ts"
    class PresenceTracker {
        +apply(signal: PresenceSignal): boolean
        +candidatePeers(): string[]
        +hasLivePeer(): boolean
        +livePeers(): string[]
    }
    note for PresenceTracker "src/net/presence.ts"
    class SyncEngine {
        +conflictForks(): Object | null
        +connect(roomCode: string): Promise~void~
        +game(): Game
        +onChange(listener: () =~ void): () =~ void
+         +onMessage(listener: (msg: ProposalMessage | ResponseMessage) =~ void): () =~ void
        +place(coords: Coord): void
        +placeLocalOnly(coords: Coord): void
+         +publishHandshake(msg: ProposalMessage | ResponseMessage): void
        +publishState(): void
        +receive(msg: SyncMessage): void
        +status(): SyncStatus
        +undo(): void
        +whenSettled(): Promise~void~
    }
    note for SyncEngine "src/net/sync.ts"
    class SyncError {
    }
    note for SyncError "src/net/sync.ts"
    ControlPreset <|-- ResolvedCameraPreset
    Error <|-- ArchiveError
    Error <|-- ExportError
    Error <|-- IllegalMove
    Error <|-- SyncError
    GameRecord <|-- ConflictedRecord
    LineGroup <|-- ResolvedLineGroup
    Transport <|.. MockTransport
    Transport <|.. MqttTransport
